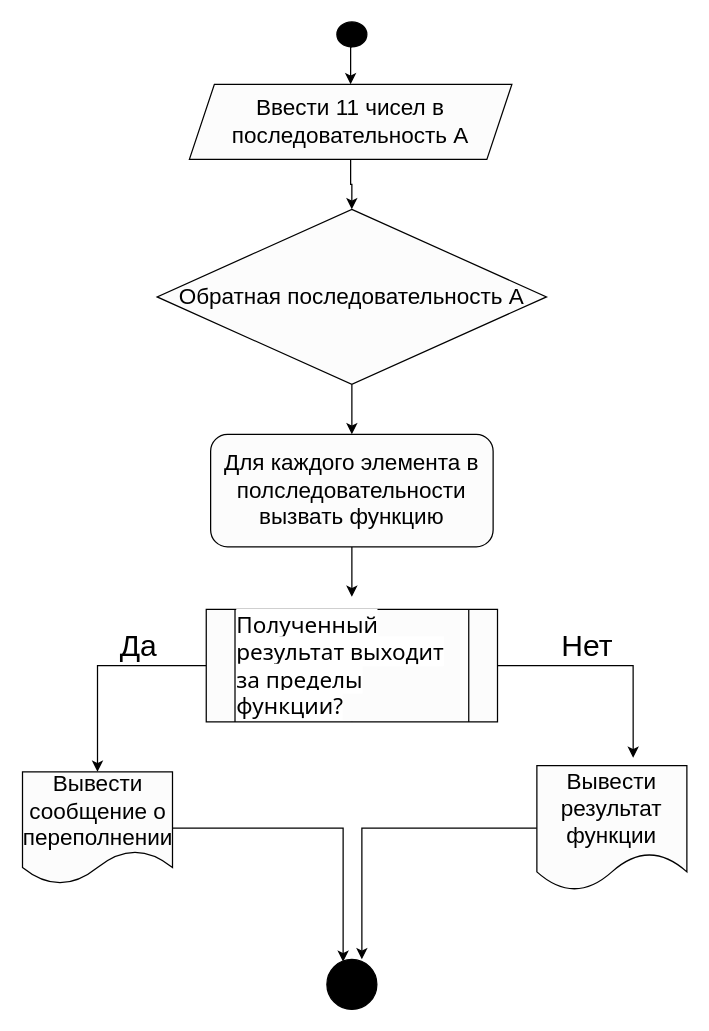
icerazor1989/GbDZ keeps this draw.io diagram as Untitled Diagram.drawio. Above is the earlier version. Source tidied: cells renumbered, new cells numbered last; positions are measured from the earlier drawing's top-left corner, leaving out a move shared by most shapes. Both pictures are drawn from the tidied source at 125%, with x=0, y=0 at pixel (21, 21).
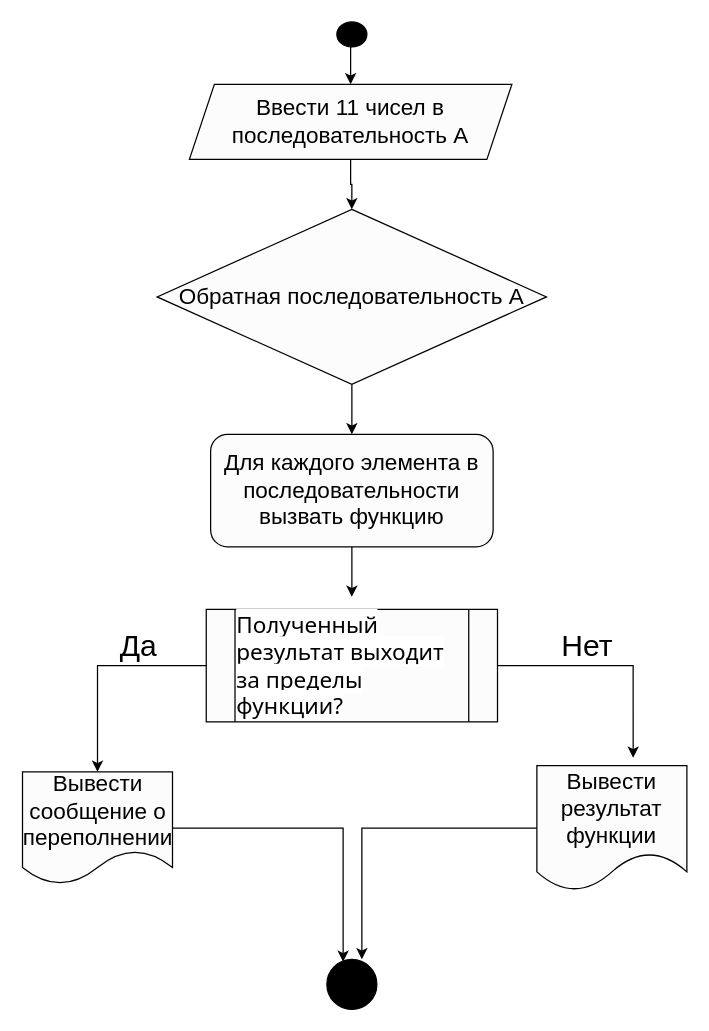
Above is the later version.

Diff of the diagram source:
```diff
@@
-    <mxCell id="9" value="&lt;span style=&quot;font-size: 18px&quot;&gt;Для каждого элемента в полследовательности вызвать функцию&lt;/span&gt;" style="rounded=1;whiteSpace=wrap;html=1;fillColor=#FCFCFC;" parent="1" vertex="1">
+    <mxCell id="9" value="&lt;span style=&quot;font-size: 18px&quot;&gt;Для каждого элемента в последовательности вызвать функцию&lt;/span&gt;" style="rounded=1;whiteSpace=wrap;html=1;fillColor=#FCFCFC;" parent="1" vertex="1">
       <mxGeometry x="151" y="330" width="226" height="90" as="geometry" />
     </mxCell>
```
